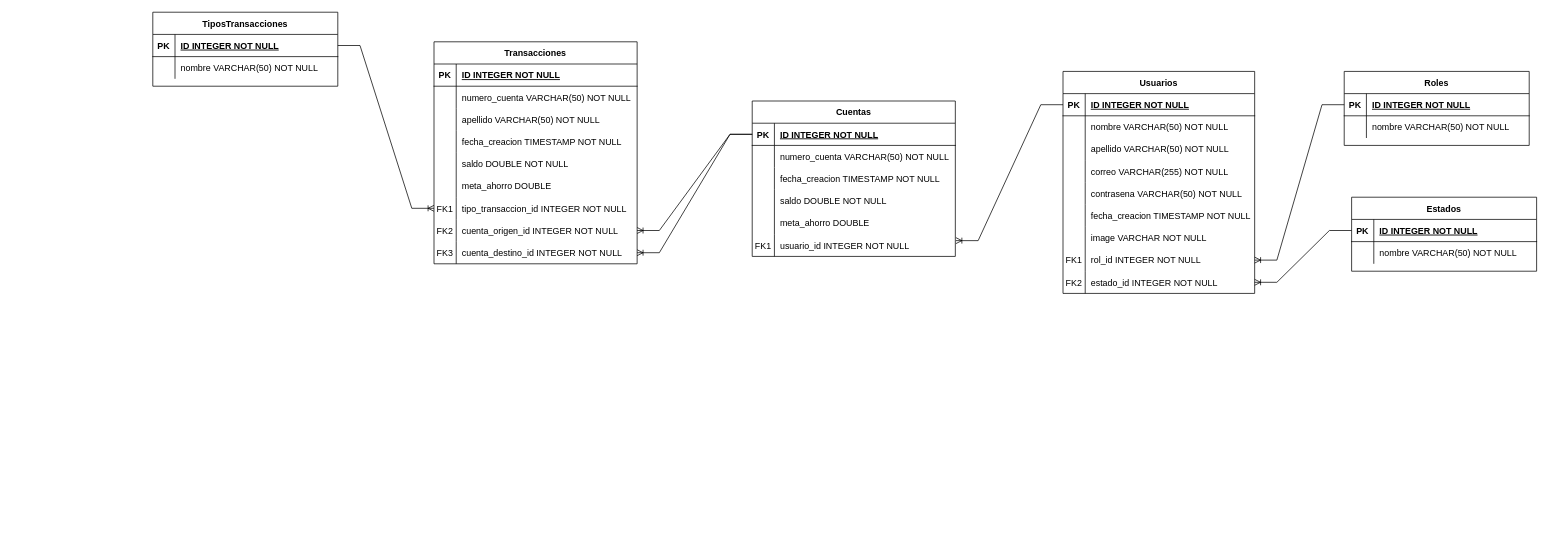
Above: proyecto-integrador-banco.drawio in WhitneySt/uml-proyecto-interador (draw.io), before the change. Source tidied: cells renumbered, new cells numbered last; positions are measured from the earlier drawing's top-left corner, leaving out a move shared by most shapes. Both pictures are drawn from the tidied source at 74%, with x=0, y=0 at pixel (152, 12).
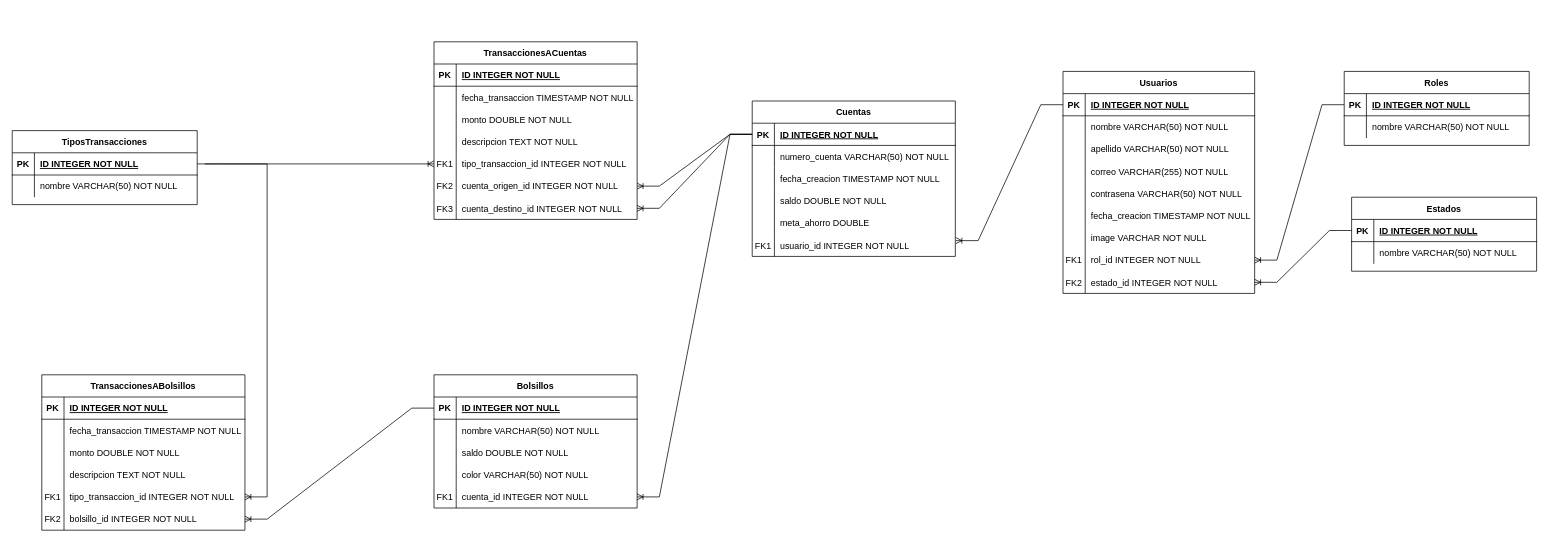
The same diagram, later.

Unchanged cells that the change refers to:
```xml
<mxCell id="47" style="shape=partialRectangle;fillColor=none;points=[[0,0.5],[1,0.5]];portConstraint=eastwest;top=0;left=0;right=0;bottom=1;" parent="46" vertex="1">
  <mxGeometry y="30" width="274.5" height="30" as="geometry" />
</mxCell>
```

Change to the diagram source:
```diff
@@
-    <mxCell id="66" value="Transacciones" style="shape=table;startSize=30;childLayout=tableLayout;rowLines=0;fontStyle=1;align=center;" parent="1" vertex="1">
-      <mxGeometry x="380" y="40" width="274.5" height="300" as="geometry" />
+    <mxCell id="66" value="TransaccionesACuentas" style="shape=table;startSize=30;childLayout=tableLayout;rowLines=0;fontStyle=1;align=center;" parent="1" vertex="1">
+      <mxGeometry x="380" y="40" width="274.5" height="240" as="geometry" />
     </mxCell>
@@
-    <mxCell id="70" style="shape=partialRectangle;fillColor=none;top=0;left=0;right=0;bottom=0;" parent="66" vertex="1">
-      <mxGeometry y="60" width="274.5" height="30" as="geometry" />
-    </mxCell>
-    <mxCell id="71" style="shape=partialRectangle;overflow=hidden;fillColor=none;top=0;left=0;bottom=0;right=0;" parent="70" vertex="1">
-      <mxGeometry width="30" height="30" as="geometry" />
-    </mxCell>
-    <mxCell id="72" value="numero_cuenta VARCHAR(50) NOT NULL" style="shape=partialRectangle;overflow=hidden;fillColor=none;top=0;left=0;bottom=0;right=0;align=left;spacingLeft=6;" parent="70" vertex="1">
-      <mxGeometry x="30" width="244.5" height="30" as="geometry" />
-    </mxCell>
-    <mxCell id="73" style="shape=tableRow;horizontal=0;startSize=0;swimlaneHead=0;swimlaneBody=0;fillColor=none;top=0;left=0;right=0;bottom=0;" parent="66" vertex="1">
-      <mxGeometry y="90" width="274.5" height="30" as="geometry" />
-    </mxCell>
-    <mxCell id="74" style="shape=partialRectangle;fillColor=none;top=0;left=0;bottom=0;right=0;overflow=hidden;" parent="73" vertex="1">
-      <mxGeometry width="30" height="30" as="geometry" />
-    </mxCell>
-    <mxCell id="75" value="apellido VARCHAR(50) NOT NULL" style="shape=partialRectangle;fillColor=none;top=0;left=0;bottom=0;right=0;align=left;spacingLeft=6;overflow=hidden;" parent="73" vertex="1">
-      <mxGeometry x="30" width="244.5" height="30" as="geometry" />
-    </mxCell>
     <mxCell id="76" style="shape=tableRow;horizontal=0;startSize=0;swimlaneHead=0;swimlaneBody=0;fillColor=none;top=0;left=0;right=0;bottom=0;" parent="66" vertex="1">
-      <mxGeometry y="120" width="274.5" height="30" as="geometry" />
+      <mxGeometry y="60" width="274.5" height="30" as="geometry" />
     </mxCell>
@@
-    <mxCell id="78" value="fecha_creacion TIMESTAMP NOT NULL" style="shape=partialRectangle;fillColor=none;top=0;left=0;bottom=0;right=0;align=left;spacingLeft=6;overflow=hidden;" parent="76" vertex="1">
+    <mxCell id="78" value="fecha_transaccion TIMESTAMP NOT NULL" style="shape=partialRectangle;fillColor=none;top=0;left=0;bottom=0;right=0;align=left;spacingLeft=6;overflow=hidden;" parent="76" vertex="1">
       <mxGeometry x="30" width="244.5" height="30" as="geometry" />
     </mxCell>
     <mxCell id="79" style="shape=tableRow;horizontal=0;startSize=0;swimlaneHead=0;swimlaneBody=0;fillColor=none;top=0;left=0;right=0;bottom=0;" parent="66" vertex="1">
-      <mxGeometry y="150" width="274.5" height="30" as="geometry" />
+      <mxGeometry y="90" width="274.5" height="30" as="geometry" />
     </mxCell>
@@
-    <mxCell id="81" value="saldo DOUBLE NOT NULL" style="shape=partialRectangle;fillColor=none;top=0;left=0;bottom=0;right=0;align=left;spacingLeft=6;overflow=hidden;" parent="79" vertex="1">
+    <mxCell id="81" value="monto DOUBLE NOT NULL" style="shape=partialRectangle;fillColor=none;top=0;left=0;bottom=0;right=0;align=left;spacingLeft=6;overflow=hidden;" parent="79" vertex="1">
       <mxGeometry x="30" width="244.5" height="30" as="geometry" />
     </mxCell>
     <mxCell id="82" style="shape=tableRow;horizontal=0;startSize=0;swimlaneHead=0;swimlaneBody=0;fillColor=none;top=0;left=0;right=0;bottom=0;" parent="66" vertex="1">
-      <mxGeometry y="180" width="274.5" height="30" as="geometry" />
+      <mxGeometry y="120" width="274.5" height="30" as="geometry" />
     </mxCell>
@@
-    <mxCell id="84" value="meta_ahorro DOUBLE " style="shape=partialRectangle;fillColor=none;top=0;left=0;bottom=0;right=0;align=left;spacingLeft=6;overflow=hidden;" parent="82" vertex="1">
+    <mxCell id="84" value="descripcion TEXT NOT NULL" style="shape=partialRectangle;fillColor=none;top=0;left=0;bottom=0;right=0;align=left;spacingLeft=6;overflow=hidden;" parent="82" vertex="1">
       <mxGeometry x="30" width="244.5" height="30" as="geometry" />
     </mxCell>
     <mxCell id="85" style="shape=tableRow;horizontal=0;startSize=0;swimlaneHead=0;swimlaneBody=0;fillColor=none;points=[[0,0.5],[1,0.5]];portConstraint=eastwest;top=0;left=0;right=0;bottom=0;" parent="66" vertex="1">
-      <mxGeometry y="210" width="274.5" height="30" as="geometry" />
+      <mxGeometry y="150" width="274.5" height="30" as="geometry" />
     </mxCell>
@@
     <mxCell id="88" style="shape=tableRow;horizontal=0;startSize=0;swimlaneHead=0;swimlaneBody=0;fillColor=none;points=[[0,0.5],[1,0.5]];portConstraint=eastwest;top=0;left=0;right=0;bottom=0;" parent="66" vertex="1">
-      <mxGeometry y="240" width="274.5" height="30" as="geometry" />
+      <mxGeometry y="180" width="274.5" height="30" as="geometry" />
     </mxCell>
@@
     <mxCell id="91" style="shape=tableRow;horizontal=0;startSize=0;swimlaneHead=0;swimlaneBody=0;fillColor=none;points=[[0,0.5],[1,0.5]];portConstraint=eastwest;top=0;left=0;right=0;bottom=0;" parent="66" vertex="1">
-      <mxGeometry y="270" width="274.5" height="30" as="geometry" />
+      <mxGeometry y="210" width="274.5" height="30" as="geometry" />
     </mxCell>
@@
     <mxCell id="94" value="TiposTransacciones" style="shape=table;startSize=30;childLayout=tableLayout;rowLines=0;fontStyle=1;align=center;" parent="1" vertex="1">
-      <mxGeometry width="250" height="100" as="geometry" />
+      <mxGeometry x="-190" y="160" width="250" height="100" as="geometry" />
     </mxCell>
@@
+    <mxCell id="104" value="TransaccionesABolsillos" style="shape=table;startSize=30;childLayout=tableLayout;rowLines=0;fontStyle=1;align=center;" parent="1" vertex="1">
+      <mxGeometry x="-150" y="490" width="274.5" height="210" as="geometry" />
+    </mxCell>
+    <mxCell id="105" style="shape=partialRectangle;fillColor=none;top=0;left=0;right=0;bottom=1;" parent="104" vertex="1">
+      <mxGeometry y="30" width="274.5" height="30" as="geometry" />
+    </mxCell>
+    <mxCell id="106" value="PK" style="shape=partialRectangle;overflow=hidden;fillColor=none;top=0;left=0;bottom=0;right=0;fontStyle=1;" parent="105" vertex="1">
+      <mxGeometry width="30" height="30" as="geometry" />
+    </mxCell>
+    <mxCell id="107" value="ID INTEGER NOT NULL " style="shape=partialRectangle;overflow=hidden;fillColor=none;top=0;left=0;bottom=0;right=0;align=left;spacingLeft=6;fontStyle=5;" parent="105" vertex="1">
+      <mxGeometry x="30" width="244.5" height="30" as="geometry" />
+    </mxCell>
+    <mxCell id="108" style="shape=tableRow;horizontal=0;startSize=0;swimlaneHead=0;swimlaneBody=0;fillColor=none;top=0;left=0;right=0;bottom=0;" parent="104" vertex="1">
+      <mxGeometry y="60" width="274.5" height="30" as="geometry" />
+    </mxCell>
+    <mxCell id="109" style="shape=partialRectangle;fillColor=none;top=0;left=0;bottom=0;right=0;overflow=hidden;" parent="108" vertex="1">
+      <mxGeometry width="30" height="30" as="geometry" />
+    </mxCell>
+    <mxCell id="110" value="fecha_transaccion TIMESTAMP NOT NULL" style="shape=partialRectangle;fillColor=none;top=0;left=0;bottom=0;right=0;align=left;spacingLeft=6;overflow=hidden;" parent="108" vertex="1">
+      <mxGeometry x="30" width="244.5" height="30" as="geometry" />
+    </mxCell>
+    <mxCell id="111" style="shape=tableRow;horizontal=0;startSize=0;swimlaneHead=0;swimlaneBody=0;fillColor=none;top=0;left=0;right=0;bottom=0;" parent="104" vertex="1">
+      <mxGeometry y="90" width="274.5" height="30" as="geometry" />
+    </mxCell>
+    <mxCell id="112" style="shape=partialRectangle;fillColor=none;top=0;left=0;bottom=0;right=0;overflow=hidden;" parent="111" vertex="1">
+      <mxGeometry width="30" height="30" as="geometry" />
+    </mxCell>
+    <mxCell id="113" value="monto DOUBLE NOT NULL" style="shape=partialRectangle;fillColor=none;top=0;left=0;bottom=0;right=0;align=left;spacingLeft=6;overflow=hidden;" parent="111" vertex="1">
+      <mxGeometry x="30" width="244.5" height="30" as="geometry" />
+    </mxCell>
+    <mxCell id="114" style="shape=tableRow;horizontal=0;startSize=0;swimlaneHead=0;swimlaneBody=0;fillColor=none;top=0;left=0;right=0;bottom=0;" parent="104" vertex="1">
+      <mxGeometry y="120" width="274.5" height="30" as="geometry" />
+    </mxCell>
+    <mxCell id="115" style="shape=partialRectangle;fillColor=none;top=0;left=0;bottom=0;right=0;overflow=hidden;" parent="114" vertex="1">
+      <mxGeometry width="30" height="30" as="geometry" />
+    </mxCell>
+    <mxCell id="116" value="descripcion TEXT NOT NULL" style="shape=partialRectangle;fillColor=none;top=0;left=0;bottom=0;right=0;align=left;spacingLeft=6;overflow=hidden;" parent="114" vertex="1">
+      <mxGeometry x="30" width="244.5" height="30" as="geometry" />
+    </mxCell>
+    <mxCell id="117" style="shape=tableRow;horizontal=0;startSize=0;swimlaneHead=0;swimlaneBody=0;fillColor=none;points=[[0,0.5],[1,0.5]];portConstraint=eastwest;top=0;left=0;right=0;bottom=0;" parent="104" vertex="1">
+      <mxGeometry y="150" width="274.5" height="30" as="geometry" />
+    </mxCell>
+    <mxCell id="118" value="FK1" style="shape=partialRectangle;fillColor=none;top=0;left=0;bottom=0;right=0;overflow=hidden;" parent="117" vertex="1">
+      <mxGeometry width="30" height="30" as="geometry" />
+    </mxCell>
+    <mxCell id="119" value="tipo_transaccion_id INTEGER NOT NULL" style="shape=partialRectangle;fillColor=none;top=0;left=0;bottom=0;right=0;align=left;spacingLeft=6;overflow=hidden;" parent="117" vertex="1">
+      <mxGeometry x="30" width="244.5" height="30" as="geometry" />
+    </mxCell>
+    <mxCell id="120" style="shape=tableRow;horizontal=0;startSize=0;swimlaneHead=0;swimlaneBody=0;fillColor=none;points=[[0,0.5],[1,0.5]];portConstraint=eastwest;top=0;left=0;right=0;bottom=0;" parent="104" vertex="1">
+      <mxGeometry y="180" width="274.5" height="30" as="geometry" />
+    </mxCell>
+    <mxCell id="121" value="FK2" style="shape=partialRectangle;fillColor=none;top=0;left=0;bottom=0;right=0;overflow=hidden;" parent="120" vertex="1">
+      <mxGeometry width="30" height="30" as="geometry" />
+    </mxCell>
+    <mxCell id="122" value="bolsillo_id INTEGER NOT NULL" style="shape=partialRectangle;fillColor=none;top=0;left=0;bottom=0;right=0;align=left;spacingLeft=6;overflow=hidden;" parent="120" vertex="1">
+      <mxGeometry x="30" width="244.5" height="30" as="geometry" />
+    </mxCell>
+    <mxCell id="123" value="Bolsillos" style="shape=table;startSize=30;childLayout=tableLayout;rowLines=0;fontStyle=1;align=center;" parent="1" vertex="1">
+      <mxGeometry x="380" y="490" width="274.5" height="180" as="geometry" />
+    </mxCell>
+    <mxCell id="124" style="shape=partialRectangle;fillColor=none;points=[[0,0.5],[1,0.5]];portConstraint=eastwest;top=0;left=0;right=0;bottom=1;" parent="123" vertex="1">
+      <mxGeometry y="30" width="274.5" height="30" as="geometry" />
+    </mxCell>
+    <mxCell id="125" value="PK" style="shape=partialRectangle;overflow=hidden;fillColor=none;top=0;left=0;bottom=0;right=0;fontStyle=1;" parent="124" vertex="1">
+      <mxGeometry width="30" height="30" as="geometry" />
+    </mxCell>
+    <mxCell id="126" value="ID INTEGER NOT NULL " style="shape=partialRectangle;overflow=hidden;fillColor=none;top=0;left=0;bottom=0;right=0;align=left;spacingLeft=6;fontStyle=5;" parent="124" vertex="1">
+      <mxGeometry x="30" width="244.5" height="30" as="geometry" />
+    </mxCell>
+    <mxCell id="70" style="shape=partialRectangle;fillColor=none;top=0;left=0;right=0;bottom=0;" parent="123" vertex="1">
+      <mxGeometry y="60" width="274.5" height="30" as="geometry" />
+    </mxCell>
+    <mxCell id="71" style="shape=partialRectangle;overflow=hidden;fillColor=none;top=0;left=0;bottom=0;right=0;" parent="70" vertex="1">
+      <mxGeometry width="30" height="30" as="geometry" />
+    </mxCell>
+    <mxCell id="127" value="nombre VARCHAR(50) NOT NULL" style="shape=partialRectangle;overflow=hidden;fillColor=none;top=0;left=0;bottom=0;right=0;align=left;spacingLeft=6;" parent="70" vertex="1">
+      <mxGeometry x="30" width="244.5" height="30" as="geometry" />
+    </mxCell>
+    <mxCell id="128" style="shape=tableRow;horizontal=0;startSize=0;swimlaneHead=0;swimlaneBody=0;fillColor=none;top=0;left=0;right=0;bottom=0;" parent="123" vertex="1">
+      <mxGeometry y="90" width="274.5" height="30" as="geometry" />
+    </mxCell>
+    <mxCell id="129" style="shape=partialRectangle;fillColor=none;top=0;left=0;bottom=0;right=0;overflow=hidden;" parent="128" vertex="1">
+      <mxGeometry width="30" height="30" as="geometry" />
+    </mxCell>
+    <mxCell id="130" value="saldo DOUBLE NOT NULL" style="shape=partialRectangle;fillColor=none;top=0;left=0;bottom=0;right=0;align=left;spacingLeft=6;overflow=hidden;" parent="128" vertex="1">
+      <mxGeometry x="30" width="244.5" height="30" as="geometry" />
+    </mxCell>
+    <mxCell id="131" style="shape=tableRow;horizontal=0;startSize=0;swimlaneHead=0;swimlaneBody=0;fillColor=none;top=0;left=0;right=0;bottom=0;" parent="123" vertex="1">
+      <mxGeometry y="120" width="274.5" height="30" as="geometry" />
+    </mxCell>
+    <mxCell id="132" style="shape=partialRectangle;fillColor=none;top=0;left=0;bottom=0;right=0;overflow=hidden;" parent="131" vertex="1">
+      <mxGeometry width="30" height="30" as="geometry" />
+    </mxCell>
+    <mxCell id="133" value="color VARCHAR(50) NOT NULL" style="shape=partialRectangle;fillColor=none;top=0;left=0;bottom=0;right=0;align=left;spacingLeft=6;overflow=hidden;" parent="131" vertex="1">
+      <mxGeometry x="30" width="244.5" height="30" as="geometry" />
+    </mxCell>
+    <mxCell id="134" style="shape=tableRow;horizontal=0;startSize=0;swimlaneHead=0;swimlaneBody=0;fillColor=none;points=[[0,0.5],[1,0.5]];portConstraint=eastwest;top=0;left=0;right=0;bottom=0;" parent="123" vertex="1">
+      <mxGeometry y="150" width="274.5" height="30" as="geometry" />
+    </mxCell>
+    <mxCell id="135" value="FK1" style="shape=partialRectangle;fillColor=none;top=0;left=0;bottom=0;right=0;overflow=hidden;" parent="134" vertex="1">
+      <mxGeometry width="30" height="30" as="geometry" />
+    </mxCell>
+    <mxCell id="136" value="cuenta_id INTEGER NOT NULL" style="shape=partialRectangle;fillColor=none;top=0;left=0;bottom=0;right=0;align=left;spacingLeft=6;overflow=hidden;" parent="134" vertex="1">
+      <mxGeometry x="30" width="244.5" height="30" as="geometry" />
+    </mxCell>
+    <mxCell id="137" style="edgeStyle=entityRelationEdgeStyle;fontSize=12;html=1;endArrow=ERoneToMany;rounded=0;exitX=0;exitY=0.5;exitDx=0;exitDy=0;entryX=1;entryY=0.5;entryDx=0;entryDy=0;" parent="1" edge="1" source="47" target="134">
+      <mxGeometry relative="1" as="geometry" />
+    </mxCell>
+    <mxCell id="138" style="edgeStyle=entityRelationEdgeStyle;fontSize=12;html=1;endArrow=ERoneToMany;rounded=0;entryX=1;entryY=0.5;entryDx=0;entryDy=0;exitX=0;exitY=0.5;exitDx=0;exitDy=0;" parent="1" edge="1" source="124" target="120">
+      <mxGeometry relative="1" as="geometry" />
+    </mxCell>
+    <mxCell id="139" style="edgeStyle=entityRelationEdgeStyle;fontSize=12;html=1;endArrow=ERoneToMany;rounded=0;" parent="1" edge="1" target="117">
+      <mxGeometry relative="1" as="geometry">
+        <mxPoint x="70" y="205" as="sourcePoint" />
+      </mxGeometry>
+    </mxCell>
```
